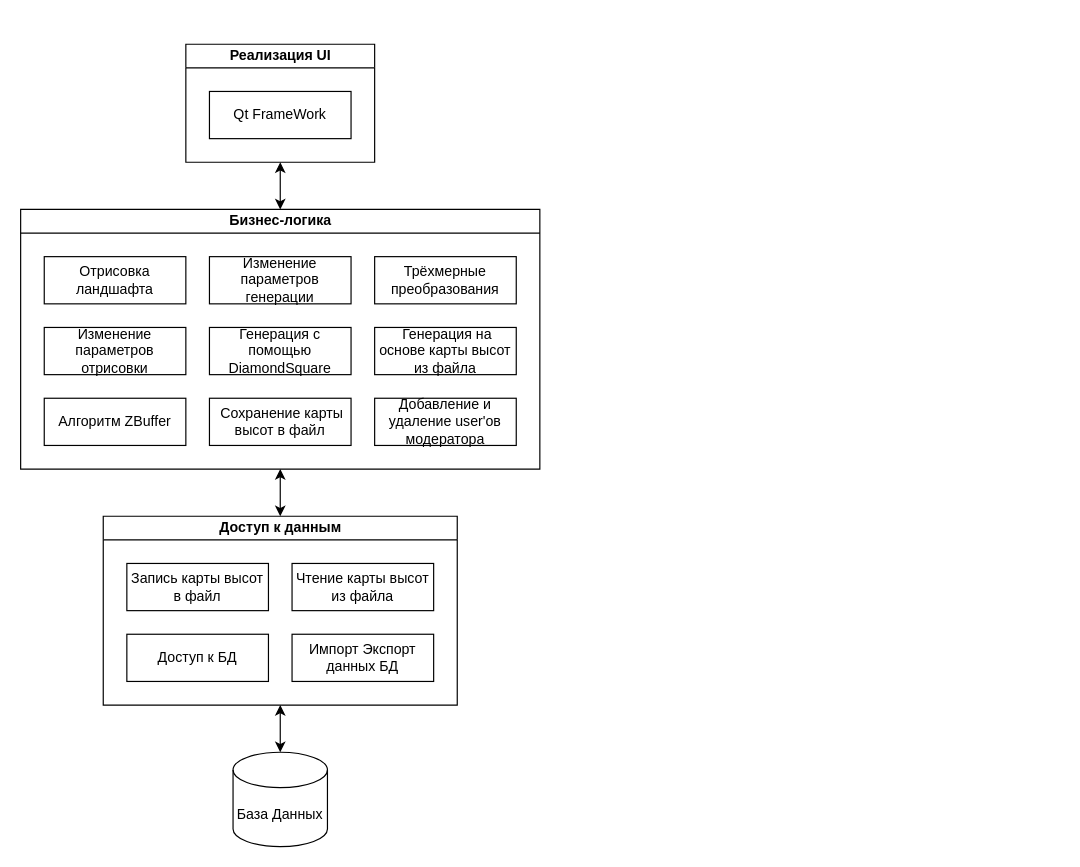
Inlucker/PPO keeps this draw.io diagram as UpperSplit.drawio. Above is the earlier version. Source tidied: cells renumbered, new cells numbered last; positions are measured from the earlier drawing's top-left corner, leaving out a move shared by most shapes. Both pictures are drawn from the tidied source at 118%, with x=0, y=0 at pixel (20, 44).
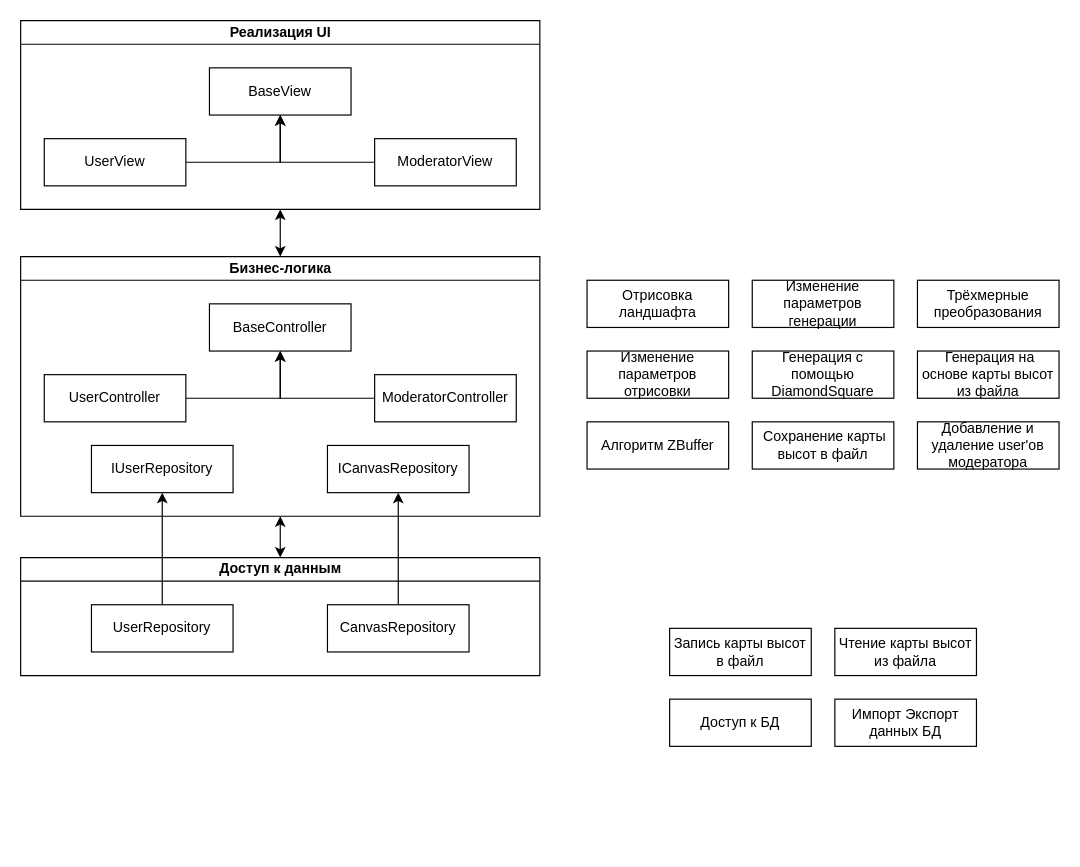
After the change.

What changed in the source:
```diff
@@
     <mxCell id="2" value="Бизнес-логика" style="swimlane;html=1;startSize=20;horizontal=1;containerType=tree;glass=0;" parent="1" vertex="1">
-      <mxGeometry y="140" width="440" height="220" as="geometry" />
+      <mxGeometry y="180" width="440" height="220" as="geometry" />
     </mxCell>
+    <mxCell id="23" value="BaseController" style="rounded=0;whiteSpace=wrap;html=1;" parent="2" vertex="1">
+      <mxGeometry x="160" y="40" width="120" height="40" as="geometry" />
+    </mxCell>
+    <mxCell id="24" style="edgeStyle=orthogonalEdgeStyle;rounded=0;jettySize=auto;html=1;entryX=0.5;entryY=1;entryDx=0;entryDy=0;" parent="2" edge="1" source="25" target="23">
+      <mxGeometry relative="1" as="geometry" />
+    </mxCell>
+    <mxCell id="25" value="UserController" style="rounded=0;whiteSpace=wrap;html=1;" parent="2" vertex="1">
+      <mxGeometry x="20" y="100" width="120" height="40" as="geometry" />
+    </mxCell>
+    <mxCell id="26" style="edgeStyle=orthogonalEdgeStyle;rounded=0;jettySize=auto;html=1;entryX=0.5;entryY=1;entryDx=0;entryDy=0;" parent="2" edge="1" source="27" target="23">
+      <mxGeometry relative="1" as="geometry" />
+    </mxCell>
+    <mxCell id="27" value="ModeratorController" style="rounded=0;whiteSpace=wrap;html=1;" parent="2" vertex="1">
+      <mxGeometry x="300" y="100" width="120" height="40" as="geometry" />
+    </mxCell>
+    <mxCell id="28" value="IUserRepository" style="rounded=0;whiteSpace=wrap;html=1;" parent="2" vertex="1">
+      <mxGeometry x="60" y="160" width="120" height="40" as="geometry" />
+    </mxCell>
+    <mxCell id="29" value="ICanvasRepository" style="rounded=0;whiteSpace=wrap;html=1;" parent="2" vertex="1">
+      <mxGeometry x="260" y="160" width="120" height="40" as="geometry" />
+    </mxCell>
+    <mxCell id="12" value="Реализация UI" style="swimlane;html=1;startSize=20;horizontal=1;containerType=tree;glass=0;" parent="1" vertex="1">
+      <mxGeometry y="-20" width="440" height="160" as="geometry" />
+    </mxCell>
+    <mxCell id="13" value="BaseView" style="rounded=0;whiteSpace=wrap;html=1;" parent="12" vertex="1">
+      <mxGeometry x="160" y="40" width="120" height="40" as="geometry" />
+    </mxCell>
+    <mxCell id="30" style="edgeStyle=orthogonalEdgeStyle;rounded=0;jettySize=auto;html=1;entryX=0.5;entryY=1;entryDx=0;entryDy=0;" parent="12" edge="1" source="31" target="13">
+      <mxGeometry relative="1" as="geometry" />
+    </mxCell>
+    <mxCell id="31" value="UserView" style="rounded=0;whiteSpace=wrap;html=1;" parent="12" vertex="1">
+      <mxGeometry x="20" y="100" width="120" height="40" as="geometry" />
+    </mxCell>
+    <mxCell id="32" style="edgeStyle=orthogonalEdgeStyle;rounded=0;jettySize=auto;html=1;entryX=0.5;entryY=1;entryDx=0;entryDy=0;" parent="12" edge="1" source="33" target="13">
+      <mxGeometry relative="1" as="geometry" />
+    </mxCell>
+    <mxCell id="33" value="ModeratorView" style="rounded=0;whiteSpace=wrap;html=1;" parent="12" vertex="1">
+      <mxGeometry x="300" y="100" width="120" height="40" as="geometry" />
+    </mxCell>
+    <mxCell id="14" value="Доступ к данным" style="swimlane;html=1;startSize=20;horizontal=1;containerType=tree;glass=0;" parent="1" vertex="1">
+      <mxGeometry y="435" width="440" height="100" as="geometry" />
+    </mxCell>
+    <mxCell id="34" value="UserRepository" style="rounded=0;whiteSpace=wrap;html=1;" parent="14" vertex="1">
+      <mxGeometry x="60" y="40" width="120" height="40" as="geometry" />
+    </mxCell>
+    <mxCell id="35" value="CanvasRepository" style="rounded=0;whiteSpace=wrap;html=1;" parent="14" vertex="1">
+      <mxGeometry x="260" y="40" width="120" height="40" as="geometry" />
+    </mxCell>
+    <mxCell id="20" style="endArrow=classic;startArrow=classic;html=1;rounded=0;entryX=0.5;entryY=1;entryDx=0;entryDy=0;exitX=0.5;exitY=0;exitDx=0;exitDy=0;" parent="1" edge="1" source="2" target="12">
+      <mxGeometry relative="1" as="geometry" />
+    </mxCell>
+    <mxCell id="21" style="endArrow=classic;startArrow=classic;html=1;rounded=0;entryX=0.5;entryY=1;entryDx=0;entryDy=0;exitX=0.5;exitY=0;exitDx=0;exitDy=0;" parent="1" edge="1" source="14" target="2">
+      <mxGeometry relative="1" as="geometry" />
+    </mxCell>
-    <mxCell id="3" value="Алгоритм ZBuffer" style="rounded=0;whiteSpace=wrap;html=1;" parent="2" vertex="1">
-      <mxGeometry x="20" y="160" width="120" height="40" as="geometry" />
+    <mxCell id="3" value="Алгоритм ZBuffer" style="rounded=0;whiteSpace=wrap;html=1;" parent="1" vertex="1">
+      <mxGeometry x="480" y="320" width="120" height="40" as="geometry" />
     </mxCell>
-    <mxCell id="4" value="Отрисовка ландшафта" style="rounded=0;whiteSpace=wrap;html=1;" parent="2" vertex="1">
-      <mxGeometry x="20" y="40" width="120" height="40" as="geometry" />
+    <mxCell id="4" value="Отрисовка ландшафта" style="rounded=0;whiteSpace=wrap;html=1;" parent="1" vertex="1">
+      <mxGeometry x="480" y="200" width="120" height="40" as="geometry" />
     </mxCell>
-    <mxCell id="5" value="Изменение параметров генерации" style="rounded=0;whiteSpace=wrap;html=1;" parent="2" vertex="1">
-      <mxGeometry x="160" y="40" width="120" height="40" as="geometry" />
+    <mxCell id="5" value="Изменение параметров генерации" style="rounded=0;whiteSpace=wrap;html=1;" parent="1" vertex="1">
+      <mxGeometry x="620" y="200" width="120" height="40" as="geometry" />
     </mxCell>
-    <mxCell id="6" value="Генерация с помощью DiamondSquare" style="rounded=0;whiteSpace=wrap;html=1;" parent="2" vertex="1">
-      <mxGeometry x="160" y="100" width="120" height="40" as="geometry" />
+    <mxCell id="6" value="Генерация с помощью DiamondSquare" style="rounded=0;whiteSpace=wrap;html=1;" parent="1" vertex="1">
+      <mxGeometry x="620" y="260" width="120" height="40" as="geometry" />
     </mxCell>
-    <mxCell id="7" value="Трёхмерные преобразования" style="rounded=0;whiteSpace=wrap;html=1;" parent="2" vertex="1">
-      <mxGeometry x="300" y="40" width="120" height="40" as="geometry" />
+    <mxCell id="7" value="Трёхмерные преобразования" style="rounded=0;whiteSpace=wrap;html=1;" parent="1" vertex="1">
+      <mxGeometry x="760" y="200" width="120" height="40" as="geometry" />
     </mxCell>
-    <mxCell id="8" value="Добавление и удаление user'ов модератора" style="rounded=0;whiteSpace=wrap;html=1;" parent="2" vertex="1">
-      <mxGeometry x="300" y="160" width="120" height="40" as="geometry" />
+    <mxCell id="8" value="Добавление и удаление user'ов модератора" style="rounded=0;whiteSpace=wrap;html=1;" parent="1" vertex="1">
+      <mxGeometry x="760" y="320" width="120" height="40" as="geometry" />
     </mxCell>
-    <mxCell id="9" value="&amp;nbsp;Сохранение карты высот в файл" style="rounded=0;whiteSpace=wrap;html=1;" parent="2" vertex="1">
-      <mxGeometry x="160" y="160" width="120" height="40" as="geometry" />
+    <mxCell id="9" value="&amp;nbsp;Сохранение карты высот в файл" style="rounded=0;whiteSpace=wrap;html=1;" parent="1" vertex="1">
+      <mxGeometry x="620" y="320" width="120" height="40" as="geometry" />
     </mxCell>
-    <mxCell id="10" value="&amp;nbsp;Генерация на основе карты высот из файла" style="rounded=0;whiteSpace=wrap;html=1;" parent="2" vertex="1">
-      <mxGeometry x="300" y="100" width="120" height="40" as="geometry" />
+    <mxCell id="10" value="&amp;nbsp;Генерация на основе карты высот из файла" style="rounded=0;whiteSpace=wrap;html=1;" parent="1" vertex="1">
+      <mxGeometry x="760" y="260" width="120" height="40" as="geometry" />
     </mxCell>
-    <mxCell id="11" value="Изменение параметров отрисовки" style="rounded=0;whiteSpace=wrap;html=1;" parent="2" vertex="1">
-      <mxGeometry x="20" y="100" width="120" height="40" as="geometry" />
+    <mxCell id="11" value="Изменение параметров отрисовки" style="rounded=0;whiteSpace=wrap;html=1;" parent="1" vertex="1">
+      <mxGeometry x="480" y="260" width="120" height="40" as="geometry" />
     </mxCell>
-    <mxCell id="12" value="Реализация UI" style="swimlane;html=1;startSize=20;horizontal=1;containerType=tree;glass=0;" parent="1" vertex="1">
-      <mxGeometry x="140" width="160" height="100" as="geometry" />
-    </mxCell>
-    <mxCell id="13" value="Qt FrameWork" style="rounded=0;whiteSpace=wrap;html=1;" parent="12" vertex="1">
-      <mxGeometry x="20" y="40" width="120" height="40" as="geometry" />
-    </mxCell>
-    <mxCell id="14" value="Доступ к данным" style="swimlane;html=1;startSize=20;horizontal=1;containerType=tree;glass=0;" parent="1" vertex="1">
-      <mxGeometry x="70" y="400" width="300" height="160" as="geometry" />
-    </mxCell>
-    <mxCell id="15" value="Чтение карты высот из файла" style="rounded=0;whiteSpace=wrap;html=1;" parent="14" vertex="1">
-      <mxGeometry x="160" y="40" width="120" height="40" as="geometry" />
+    <mxCell id="15" value="Чтение карты высот из файла" style="rounded=0;whiteSpace=wrap;html=1;" parent="1" vertex="1">
+      <mxGeometry x="690" y="495" width="120" height="40" as="geometry" />
     </mxCell>
-    <mxCell id="16" value="Запись карты высот в файл" style="rounded=0;whiteSpace=wrap;html=1;" parent="14" vertex="1">
-      <mxGeometry x="20" y="40" width="120" height="40" as="geometry" />
+    <mxCell id="16" value="Запись карты высот в файл" style="rounded=0;whiteSpace=wrap;html=1;" parent="1" vertex="1">
+      <mxGeometry x="550" y="495" width="120" height="40" as="geometry" />
     </mxCell>
-    <mxCell id="17" value="Доступ к БД" style="rounded=0;whiteSpace=wrap;html=1;" parent="14" vertex="1">
-      <mxGeometry x="20" y="100" width="120" height="40" as="geometry" />
+    <mxCell id="17" value="Доступ к БД" style="rounded=0;whiteSpace=wrap;html=1;" parent="1" vertex="1">
+      <mxGeometry x="550" y="555" width="120" height="40" as="geometry" />
     </mxCell>
-    <mxCell id="18" value="Импорт Экспорт данных БД" style="rounded=0;whiteSpace=wrap;html=1;" parent="14" vertex="1">
-      <mxGeometry x="160" y="100" width="120" height="40" as="geometry" />
+    <mxCell id="18" value="Импорт Экспорт данных БД" style="rounded=0;whiteSpace=wrap;html=1;" parent="1" vertex="1">
+      <mxGeometry x="690" y="555" width="120" height="40" as="geometry" />
     </mxCell>
-    <mxCell id="19" value="База Данных" style="shape=cylinder3;whiteSpace=wrap;html=1;boundedLbl=1;backgroundOutline=1;size=15;" parent="1" vertex="1">
-      <mxGeometry x="180" y="600" width="80" height="80" as="geometry" />
-    </mxCell>
-    <mxCell id="20" style="endArrow=classic;startArrow=classic;html=1;rounded=0;entryX=0.5;entryY=1;entryDx=0;entryDy=0;exitX=0.5;exitY=0;exitDx=0;exitDy=0;" parent="1" edge="1" source="2" target="12">
-      <mxGeometry relative="1" as="geometry" />
-    </mxCell>
-    <mxCell id="21" style="endArrow=classic;startArrow=classic;html=1;rounded=0;entryX=0.5;entryY=1;entryDx=0;entryDy=0;exitX=0.5;exitY=0;exitDx=0;exitDy=0;" parent="1" edge="1" source="14" target="2">
-      <mxGeometry relative="1" as="geometry" />
-    </mxCell>
-    <mxCell id="22" style="endArrow=classic;startArrow=classic;html=1;rounded=0;entryX=0.5;entryY=1;entryDx=0;entryDy=0;exitX=0.5;exitY=0;exitDx=0;exitDy=0;exitPerimeter=0;" parent="1" edge="1" source="19" target="14">
-      <mxGeometry relative="1" as="geometry" />
-    </mxCell>
+    <mxCell id="36" style="edgeStyle=orthogonalEdgeStyle;rounded=0;jettySize=auto;html=1;entryX=0.5;entryY=1;entryDx=0;entryDy=0;" parent="1" edge="1" source="34" target="28">
+      <mxGeometry relative="1" as="geometry" />
+    </mxCell>
+    <mxCell id="37" style="edgeStyle=orthogonalEdgeStyle;rounded=0;jettySize=auto;html=1;entryX=0.5;entryY=1;entryDx=0;entryDy=0;" parent="1" edge="1" source="35" target="29">
+      <mxGeometry relative="1" as="geometry" />
+    </mxCell>
```
